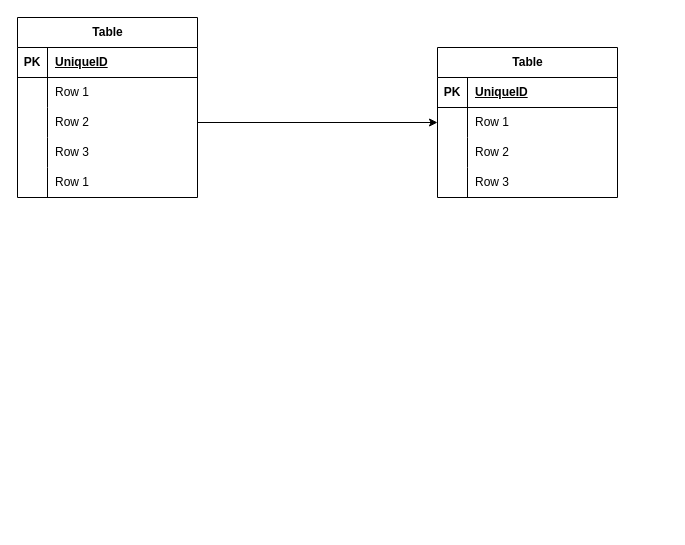
Above: 未命名绘图.drawio in realYDIAN/Test (draw.io), before the change. Source tidied: cells renumbered, new cells numbered last; positions are measured from the earlier drawing's top-left corner, leaving out a move shared by most shapes. Both pictures are drawn from the tidied source at 100%, with x=0, y=0 at pixel (17, 17).
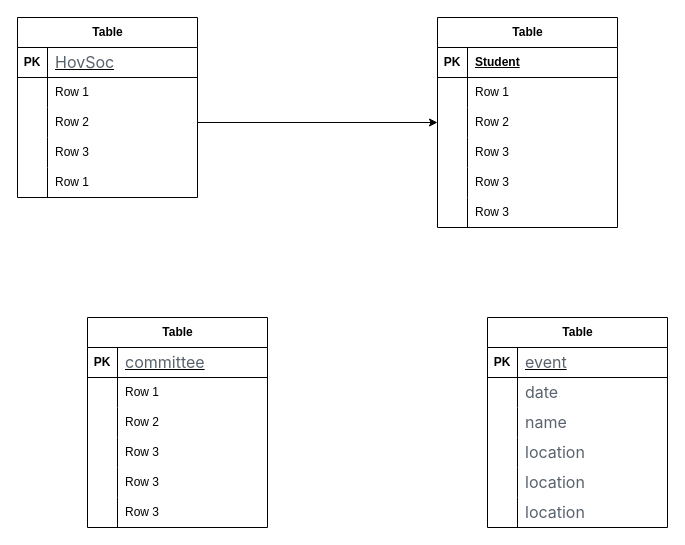
Above is the later version.

Commit message (it also covers changes not shown here):
更新未命名绘图.drawio

The change refers to these unchanged cells:
```xml
<mxCell id="3" style="shape=tableRow;horizontal=0;startSize=0;swimlaneHead=0;swimlaneBody=0;fillColor=none;top=0;left=0;right=0;bottom=1;" parent="2" vertex="1">
  <mxGeometry y="30" width="180" height="30" as="geometry" />
</mxCell>
<mxCell id="19" style="shape=tableRow;horizontal=0;startSize=0;swimlaneHead=0;swimlaneBody=0;fillColor=none;top=0;left=0;right=0;bottom=1;" parent="18" vertex="1">
  <mxGeometry y="30" width="180" height="30" as="geometry" />
</mxCell>
```

What changed in the source:
```diff
@@
-    <mxCell id="5" value="UniqueID" style="shape=partialRectangle;fillColor=none;top=0;left=0;bottom=0;right=0;align=left;spacingLeft=6;fontStyle=5;overflow=hidden;whiteSpace=wrap;html=1;" parent="3" vertex="1">
+    <mxCell id="5" value="&lt;span style=&quot;color: rgb(89, 99, 110); font-family: -apple-system, BlinkMacSystemFont, &amp;quot;Segoe UI&amp;quot;, &amp;quot;Noto Sans&amp;quot;, Helvetica, Arial, sans-serif, &amp;quot;Apple Color Emoji&amp;quot;, &amp;quot;Segoe UI Emoji&amp;quot;; font-size: 16px; font-weight: 400; background-color: rgb(255, 255, 255);&quot;&gt;HovSoc&lt;/span&gt;" style="shape=partialRectangle;fillColor=none;top=0;left=0;bottom=0;right=0;align=left;spacingLeft=6;fontStyle=5;overflow=hidden;whiteSpace=wrap;html=1;" parent="3" vertex="1">
       <mxGeometry x="30" width="150" height="30" as="geometry" />
     </mxCell>
@@
     <mxCell id="18" value="Table" style="shape=table;startSize=30;childLayout=tableLayout;rowLines=0;fontStyle=1;align=center;html=1;" parent="1" vertex="1">
-      <mxGeometry x="420" y="30" width="180" height="150" as="geometry" />
+      <mxGeometry x="420" width="180" height="210" as="geometry" />
     </mxCell>
@@
-    <mxCell id="21" value="UniqueID" style="shape=partialRectangle;fillColor=none;top=0;left=0;bottom=0;right=0;align=left;spacingLeft=6;fontStyle=5;overflow=hidden;whiteSpace=wrap;html=1;" parent="19" vertex="1">
+    <mxCell id="21" value="Student" style="shape=partialRectangle;fillColor=none;top=0;left=0;bottom=0;right=0;align=left;spacingLeft=6;fontStyle=5;overflow=hidden;whiteSpace=wrap;html=1;" parent="19" vertex="1">
       <mxGeometry x="30" width="150" height="30" as="geometry" />
     </mxCell>
@@
+    <mxCell id="32" style="shape=tableRow;horizontal=0;startSize=0;swimlaneHead=0;swimlaneBody=0;fillColor=none;top=0;left=0;right=0;bottom=0;" parent="18" vertex="1">
+      <mxGeometry y="150" width="180" height="30" as="geometry" />
+    </mxCell>
+    <mxCell id="33" style="shape=partialRectangle;fillColor=none;top=0;left=0;bottom=0;right=0;overflow=hidden;whiteSpace=wrap;html=1;" parent="32" vertex="1">
+      <mxGeometry width="30" height="30" as="geometry" />
+    </mxCell>
+    <mxCell id="34" value="Row 3" style="shape=partialRectangle;fillColor=none;top=0;left=0;bottom=0;right=0;align=left;spacingLeft=6;overflow=hidden;whiteSpace=wrap;html=1;" parent="32" vertex="1">
+      <mxGeometry x="30" width="150" height="30" as="geometry" />
+    </mxCell>
+    <mxCell id="35" style="shape=tableRow;horizontal=0;startSize=0;swimlaneHead=0;swimlaneBody=0;fillColor=none;top=0;left=0;right=0;bottom=0;" parent="18" vertex="1">
+      <mxGeometry y="180" width="180" height="30" as="geometry" />
+    </mxCell>
+    <mxCell id="36" style="shape=partialRectangle;fillColor=none;top=0;left=0;bottom=0;right=0;overflow=hidden;whiteSpace=wrap;html=1;" parent="35" vertex="1">
+      <mxGeometry width="30" height="30" as="geometry" />
+    </mxCell>
+    <mxCell id="37" value="Row 3" style="shape=partialRectangle;fillColor=none;top=0;left=0;bottom=0;right=0;align=left;spacingLeft=6;overflow=hidden;whiteSpace=wrap;html=1;" parent="35" vertex="1">
+      <mxGeometry x="30" width="150" height="30" as="geometry" />
+    </mxCell>
@@
+    <mxCell id="38" value="Table" style="shape=table;startSize=30;childLayout=tableLayout;rowLines=0;fontStyle=1;align=center;html=1;" parent="1" vertex="1">
+      <mxGeometry x="70" y="300" width="180" height="210" as="geometry" />
+    </mxCell>
+    <mxCell id="39" style="shape=tableRow;horizontal=0;startSize=0;swimlaneHead=0;swimlaneBody=0;fillColor=none;top=0;left=0;right=0;bottom=1;" parent="38" vertex="1">
+      <mxGeometry y="30" width="180" height="30" as="geometry" />
+    </mxCell>
+    <mxCell id="40" value="PK" style="shape=partialRectangle;fillColor=none;top=0;left=0;bottom=0;right=0;fontStyle=1;overflow=hidden;whiteSpace=wrap;html=1;" parent="39" vertex="1">
+      <mxGeometry width="30" height="30" as="geometry" />
+    </mxCell>
+    <mxCell id="41" value="&lt;span style=&quot;color: rgb(89, 99, 110); font-family: -apple-system, BlinkMacSystemFont, &amp;quot;Segoe UI&amp;quot;, &amp;quot;Noto Sans&amp;quot;, Helvetica, Arial, sans-serif, &amp;quot;Apple Color Emoji&amp;quot;, &amp;quot;Segoe UI Emoji&amp;quot;; font-size: 16px; font-weight: 400; background-color: rgb(255, 255, 255);&quot;&gt;committee&lt;/span&gt;" style="shape=partialRectangle;fillColor=none;top=0;left=0;bottom=0;right=0;align=left;spacingLeft=6;fontStyle=5;overflow=hidden;whiteSpace=wrap;html=1;" parent="39" vertex="1">
+      <mxGeometry x="30" width="150" height="30" as="geometry" />
+    </mxCell>
+    <mxCell id="42" style="shape=tableRow;horizontal=0;startSize=0;swimlaneHead=0;swimlaneBody=0;fillColor=none;top=0;left=0;right=0;bottom=0;" parent="38" vertex="1">
+      <mxGeometry y="60" width="180" height="30" as="geometry" />
+    </mxCell>
+    <mxCell id="43" style="shape=partialRectangle;fillColor=none;top=0;left=0;bottom=0;right=0;overflow=hidden;whiteSpace=wrap;html=1;" parent="42" vertex="1">
+      <mxGeometry width="30" height="30" as="geometry" />
+    </mxCell>
+    <mxCell id="44" value="Row 1" style="shape=partialRectangle;fillColor=none;top=0;left=0;bottom=0;right=0;align=left;spacingLeft=6;overflow=hidden;whiteSpace=wrap;html=1;" parent="42" vertex="1">
+      <mxGeometry x="30" width="150" height="30" as="geometry" />
+    </mxCell>
+    <mxCell id="45" style="shape=tableRow;horizontal=0;startSize=0;swimlaneHead=0;swimlaneBody=0;fillColor=none;top=0;left=0;right=0;bottom=0;" parent="38" vertex="1">
+      <mxGeometry y="90" width="180" height="30" as="geometry" />
+    </mxCell>
+    <mxCell id="46" style="shape=partialRectangle;fillColor=none;top=0;left=0;bottom=0;right=0;overflow=hidden;whiteSpace=wrap;html=1;" parent="45" vertex="1">
+      <mxGeometry width="30" height="30" as="geometry" />
+    </mxCell>
+    <mxCell id="47" value="Row 2" style="shape=partialRectangle;fillColor=none;top=0;left=0;bottom=0;right=0;align=left;spacingLeft=6;overflow=hidden;whiteSpace=wrap;html=1;" parent="45" vertex="1">
+      <mxGeometry x="30" width="150" height="30" as="geometry" />
+    </mxCell>
+    <mxCell id="48" style="shape=tableRow;horizontal=0;startSize=0;swimlaneHead=0;swimlaneBody=0;fillColor=none;top=0;left=0;right=0;bottom=0;" parent="38" vertex="1">
+      <mxGeometry y="120" width="180" height="30" as="geometry" />
+    </mxCell>
+    <mxCell id="49" style="shape=partialRectangle;fillColor=none;top=0;left=0;bottom=0;right=0;overflow=hidden;whiteSpace=wrap;html=1;" parent="48" vertex="1">
+      <mxGeometry width="30" height="30" as="geometry" />
+    </mxCell>
+    <mxCell id="50" value="Row 3" style="shape=partialRectangle;fillColor=none;top=0;left=0;bottom=0;right=0;align=left;spacingLeft=6;overflow=hidden;whiteSpace=wrap;html=1;" parent="48" vertex="1">
+      <mxGeometry x="30" width="150" height="30" as="geometry" />
+    </mxCell>
+    <mxCell id="51" style="shape=tableRow;horizontal=0;startSize=0;swimlaneHead=0;swimlaneBody=0;fillColor=none;top=0;left=0;right=0;bottom=0;" parent="38" vertex="1">
+      <mxGeometry y="150" width="180" height="30" as="geometry" />
+    </mxCell>
+    <mxCell id="52" style="shape=partialRectangle;fillColor=none;top=0;left=0;bottom=0;right=0;overflow=hidden;whiteSpace=wrap;html=1;" parent="51" vertex="1">
+      <mxGeometry width="30" height="30" as="geometry" />
+    </mxCell>
+    <mxCell id="53" value="Row 3" style="shape=partialRectangle;fillColor=none;top=0;left=0;bottom=0;right=0;align=left;spacingLeft=6;overflow=hidden;whiteSpace=wrap;html=1;" parent="51" vertex="1">
+      <mxGeometry x="30" width="150" height="30" as="geometry" />
+    </mxCell>
+    <mxCell id="54" style="shape=tableRow;horizontal=0;startSize=0;swimlaneHead=0;swimlaneBody=0;fillColor=none;top=0;left=0;right=0;bottom=0;" parent="38" vertex="1">
+      <mxGeometry y="180" width="180" height="30" as="geometry" />
+    </mxCell>
+    <mxCell id="55" style="shape=partialRectangle;fillColor=none;top=0;left=0;bottom=0;right=0;overflow=hidden;whiteSpace=wrap;html=1;" parent="54" vertex="1">
+      <mxGeometry width="30" height="30" as="geometry" />
+    </mxCell>
+    <mxCell id="56" value="Row 3" style="shape=partialRectangle;fillColor=none;top=0;left=0;bottom=0;right=0;align=left;spacingLeft=6;overflow=hidden;whiteSpace=wrap;html=1;" parent="54" vertex="1">
+      <mxGeometry x="30" width="150" height="30" as="geometry" />
+    </mxCell>
+    <mxCell id="57" value="Table" style="shape=table;startSize=30;childLayout=tableLayout;rowLines=0;fontStyle=1;align=center;html=1;" parent="1" vertex="1">
+      <mxGeometry x="470" y="300" width="180" height="210" as="geometry" />
+    </mxCell>
+    <mxCell id="58" style="shape=tableRow;horizontal=0;startSize=0;swimlaneHead=0;swimlaneBody=0;fillColor=none;top=0;left=0;right=0;bottom=1;" parent="57" vertex="1">
+      <mxGeometry y="30" width="180" height="30" as="geometry" />
+    </mxCell>
+    <mxCell id="59" value="PK" style="shape=partialRectangle;fillColor=none;top=0;left=0;bottom=0;right=0;fontStyle=1;overflow=hidden;whiteSpace=wrap;html=1;" parent="58" vertex="1">
+      <mxGeometry width="30" height="30" as="geometry" />
+    </mxCell>
+    <mxCell id="60" value="&lt;span style=&quot;color: rgb(89, 99, 110); font-family: -apple-system, BlinkMacSystemFont, &amp;quot;Segoe UI&amp;quot;, &amp;quot;Noto Sans&amp;quot;, Helvetica, Arial, sans-serif, &amp;quot;Apple Color Emoji&amp;quot;, &amp;quot;Segoe UI Emoji&amp;quot;; font-size: 16px; font-weight: 400; background-color: rgb(255, 255, 255);&quot;&gt;event&lt;/span&gt;" style="shape=partialRectangle;fillColor=none;top=0;left=0;bottom=0;right=0;align=left;spacingLeft=6;fontStyle=5;overflow=hidden;whiteSpace=wrap;html=1;" parent="58" vertex="1">
+      <mxGeometry x="30" width="150" height="30" as="geometry" />
+    </mxCell>
+    <mxCell id="61" style="shape=tableRow;horizontal=0;startSize=0;swimlaneHead=0;swimlaneBody=0;fillColor=none;top=0;left=0;right=0;bottom=0;" parent="57" vertex="1">
+      <mxGeometry y="60" width="180" height="30" as="geometry" />
+    </mxCell>
+    <mxCell id="62" style="shape=partialRectangle;fillColor=none;top=0;left=0;bottom=0;right=0;overflow=hidden;whiteSpace=wrap;html=1;" parent="61" vertex="1">
+      <mxGeometry width="30" height="30" as="geometry" />
+    </mxCell>
+    <mxCell id="63" value="&lt;span style=&quot;color: rgb(89, 99, 110); font-family: -apple-system, BlinkMacSystemFont, &amp;quot;Segoe UI&amp;quot;, &amp;quot;Noto Sans&amp;quot;, Helvetica, Arial, sans-serif, &amp;quot;Apple Color Emoji&amp;quot;, &amp;quot;Segoe UI Emoji&amp;quot;; font-size: 16px; background-color: rgb(255, 255, 255);&quot;&gt;date&lt;/span&gt;" style="shape=partialRectangle;fillColor=none;top=0;left=0;bottom=0;right=0;align=left;spacingLeft=6;overflow=hidden;whiteSpace=wrap;html=1;" parent="61" vertex="1">
+      <mxGeometry x="30" width="150" height="30" as="geometry" />
+    </mxCell>
+    <mxCell id="64" style="shape=tableRow;horizontal=0;startSize=0;swimlaneHead=0;swimlaneBody=0;fillColor=none;top=0;left=0;right=0;bottom=0;" parent="57" vertex="1">
+      <mxGeometry y="90" width="180" height="30" as="geometry" />
+    </mxCell>
+    <mxCell id="65" style="shape=partialRectangle;fillColor=none;top=0;left=0;bottom=0;right=0;overflow=hidden;whiteSpace=wrap;html=1;" parent="64" vertex="1">
+      <mxGeometry width="30" height="30" as="geometry" />
+    </mxCell>
+    <mxCell id="66" value="&lt;span style=&quot;color: rgb(89, 99, 110); font-family: -apple-system, BlinkMacSystemFont, &amp;quot;Segoe UI&amp;quot;, &amp;quot;Noto Sans&amp;quot;, Helvetica, Arial, sans-serif, &amp;quot;Apple Color Emoji&amp;quot;, &amp;quot;Segoe UI Emoji&amp;quot;; font-size: 16px; background-color: rgb(255, 255, 255);&quot;&gt;name&lt;/span&gt;" style="shape=partialRectangle;fillColor=none;top=0;left=0;bottom=0;right=0;align=left;spacingLeft=6;overflow=hidden;whiteSpace=wrap;html=1;" parent="64" vertex="1">
+      <mxGeometry x="30" width="150" height="30" as="geometry" />
+    </mxCell>
+    <mxCell id="67" style="shape=tableRow;horizontal=0;startSize=0;swimlaneHead=0;swimlaneBody=0;fillColor=none;top=0;left=0;right=0;bottom=0;" parent="57" vertex="1">
+      <mxGeometry y="120" width="180" height="30" as="geometry" />
+    </mxCell>
+    <mxCell id="68" style="shape=partialRectangle;fillColor=none;top=0;left=0;bottom=0;right=0;overflow=hidden;whiteSpace=wrap;html=1;" parent="67" vertex="1">
+      <mxGeometry width="30" height="30" as="geometry" />
+    </mxCell>
+    <mxCell id="69" value="&lt;span style=&quot;color: rgb(89, 99, 110); font-family: -apple-system, BlinkMacSystemFont, &amp;quot;Segoe UI&amp;quot;, &amp;quot;Noto Sans&amp;quot;, Helvetica, Arial, sans-serif, &amp;quot;Apple Color Emoji&amp;quot;, &amp;quot;Segoe UI Emoji&amp;quot;; font-size: 16px; background-color: rgb(255, 255, 255);&quot;&gt;location&lt;/span&gt;" style="shape=partialRectangle;fillColor=none;top=0;left=0;bottom=0;right=0;align=left;spacingLeft=6;overflow=hidden;whiteSpace=wrap;html=1;" parent="67" vertex="1">
+      <mxGeometry x="30" width="150" height="30" as="geometry" />
+    </mxCell>
+    <mxCell id="70" style="shape=tableRow;horizontal=0;startSize=0;swimlaneHead=0;swimlaneBody=0;fillColor=none;top=0;left=0;right=0;bottom=0;" parent="57" vertex="1">
+      <mxGeometry y="150" width="180" height="30" as="geometry" />
+    </mxCell>
+    <mxCell id="71" style="shape=partialRectangle;fillColor=none;top=0;left=0;bottom=0;right=0;overflow=hidden;whiteSpace=wrap;html=1;" parent="70" vertex="1">
+      <mxGeometry width="30" height="30" as="geometry" />
+    </mxCell>
+    <mxCell id="72" value="&lt;span style=&quot;color: rgb(89, 99, 110); font-family: -apple-system, BlinkMacSystemFont, &amp;quot;Segoe UI&amp;quot;, &amp;quot;Noto Sans&amp;quot;, Helvetica, Arial, sans-serif, &amp;quot;Apple Color Emoji&amp;quot;, &amp;quot;Segoe UI Emoji&amp;quot;; font-size: 16px; background-color: rgb(255, 255, 255);&quot;&gt;location&lt;/span&gt;" style="shape=partialRectangle;fillColor=none;top=0;left=0;bottom=0;right=0;align=left;spacingLeft=6;overflow=hidden;whiteSpace=wrap;html=1;" parent="70" vertex="1">
+      <mxGeometry x="30" width="150" height="30" as="geometry" />
+    </mxCell>
+    <mxCell id="73" style="shape=tableRow;horizontal=0;startSize=0;swimlaneHead=0;swimlaneBody=0;fillColor=none;top=0;left=0;right=0;bottom=0;" parent="57" vertex="1">
+      <mxGeometry y="180" width="180" height="30" as="geometry" />
+    </mxCell>
+    <mxCell id="74" style="shape=partialRectangle;fillColor=none;top=0;left=0;bottom=0;right=0;overflow=hidden;whiteSpace=wrap;html=1;" parent="73" vertex="1">
+      <mxGeometry width="30" height="30" as="geometry" />
+    </mxCell>
+    <mxCell id="75" value="&lt;span style=&quot;color: rgb(89, 99, 110); font-family: -apple-system, BlinkMacSystemFont, &amp;quot;Segoe UI&amp;quot;, &amp;quot;Noto Sans&amp;quot;, Helvetica, Arial, sans-serif, &amp;quot;Apple Color Emoji&amp;quot;, &amp;quot;Segoe UI Emoji&amp;quot;; font-size: 16px; background-color: rgb(255, 255, 255);&quot;&gt;location&lt;/span&gt;" style="shape=partialRectangle;fillColor=none;top=0;left=0;bottom=0;right=0;align=left;spacingLeft=6;overflow=hidden;whiteSpace=wrap;html=1;" parent="73" vertex="1">
+      <mxGeometry x="30" width="150" height="30" as="geometry" />
+    </mxCell>
```
